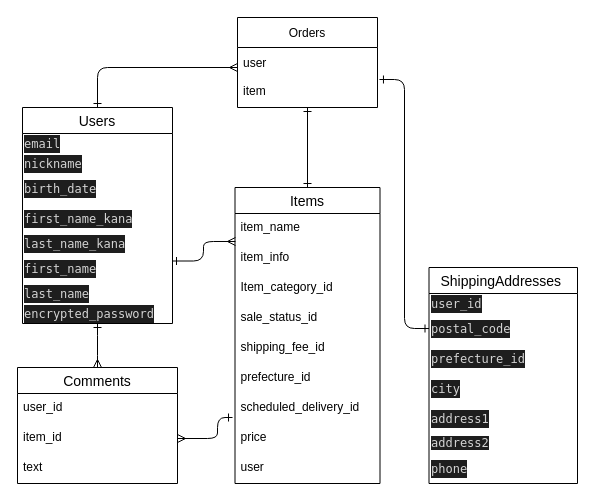
This is furima.dio from KAMEchan01/furima-37271, a draw.io file, before an edit. Source tidied: cells renumbered, new cells numbered last; positions are measured from the earlier drawing's top-left corner, leaving out a move shared by most shapes. Both pictures are drawn from the tidied source at 100%, with x=0, y=0 at pixel (17, 17).
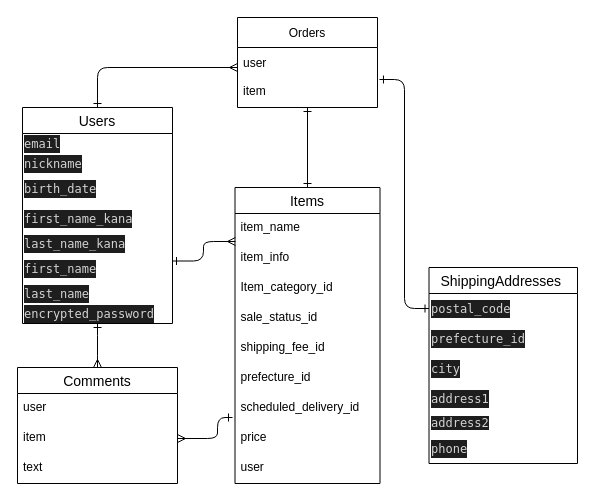
Above is the later version.

Commit message:
READMEとER図の相違を修正

Unchanged cells that the change refers to:
```xml
<mxCell id="31" value="Comments" style="swimlane;fontStyle=0;horizontal=1;startSize=26;align=center;fontSize=14;" parent="1" vertex="1">
  <mxGeometry y="350" width="160" height="116" as="geometry" />
</mxCell>
```

Diff of the diagram source:
```diff
@@
     <mxCell id="13" value="ShippingAddresses " style="swimlane;fontStyle=0;horizontal=1;startSize=26;align=center;fontSize=14;" parent="1" vertex="1">
-      <mxGeometry x="411.5" y="250" width="148.5" height="216" as="geometry" />
+      <mxGeometry x="411.5" y="250" width="148.5" height="196" as="geometry" />
     </mxCell>
-    <mxCell id="14" value="&lt;div style=&quot;color: rgb(212 , 212 , 212) ; background-color: rgb(30 , 30 , 30) ; font-family: &amp;quot;menlo&amp;quot; , &amp;quot;monaco&amp;quot; , &amp;quot;courier new&amp;quot; , monospace ; line-height: 18px&quot;&gt;user_id&lt;/div&gt;" style="text;html=1;align=left;verticalAlign=middle;strokeColor=none;fillColor=none;rotation=0;" parent="13" vertex="1">
-      <mxGeometry y="26" width="148.5" height="20" as="geometry" />
-    </mxCell>
     <mxCell id="15" value="&lt;div style=&quot;color: rgb(212 , 212 , 212) ; background-color: rgb(30 , 30 , 30) ; font-family: &amp;quot;menlo&amp;quot; , &amp;quot;monaco&amp;quot; , &amp;quot;courier new&amp;quot; , monospace ; line-height: 18px&quot;&gt;postal_code&lt;/div&gt;" style="text;html=1;strokeColor=none;fillColor=none;align=left;verticalAlign=middle;whiteSpace=wrap;rounded=0;" parent="13" vertex="1">
-      <mxGeometry y="46" width="148.5" height="30" as="geometry" />
+      <mxGeometry y="26" width="148.5" height="30" as="geometry" />
     </mxCell>
     <mxCell id="16" value="&lt;div style=&quot;color: rgb(212 , 212 , 212) ; background-color: rgb(30 , 30 , 30) ; font-family: &amp;#34;menlo&amp;#34; , &amp;#34;monaco&amp;#34; , &amp;#34;courier new&amp;#34; , monospace ; line-height: 18px&quot;&gt;prefecture_id&lt;/div&gt;" style="text;html=1;strokeColor=none;fillColor=none;align=left;verticalAlign=middle;whiteSpace=wrap;rounded=0;" parent="13" vertex="1">
-      <mxGeometry y="76" width="148.5" height="30" as="geometry" />
+      <mxGeometry y="56" width="148.5" height="30" as="geometry" />
     </mxCell>
     <mxCell id="17" value="&lt;div style=&quot;color: rgb(212 , 212 , 212) ; background-color: rgb(30 , 30 , 30) ; font-family: &amp;quot;menlo&amp;quot; , &amp;quot;monaco&amp;quot; , &amp;quot;courier new&amp;quot; , monospace ; line-height: 18px&quot;&gt;city&lt;/div&gt;" style="text;html=1;strokeColor=none;fillColor=none;align=left;verticalAlign=middle;whiteSpace=wrap;rounded=0;" parent="13" vertex="1">
-      <mxGeometry y="106" width="148.5" height="30" as="geometry" />
+      <mxGeometry y="86" width="148.5" height="30" as="geometry" />
     </mxCell>
     <mxCell id="18" value="&lt;div style=&quot;color: rgb(212 , 212 , 212) ; background-color: rgb(30 , 30 , 30) ; font-family: &amp;quot;menlo&amp;quot; , &amp;quot;monaco&amp;quot; , &amp;quot;courier new&amp;quot; , monospace ; line-height: 18px&quot;&gt;address1&lt;/div&gt;" style="text;html=1;strokeColor=none;fillColor=none;align=left;verticalAlign=middle;whiteSpace=wrap;rounded=0;" parent="13" vertex="1">
-      <mxGeometry y="136" width="148.5" height="30" as="geometry" />
+      <mxGeometry y="116" width="148.5" height="30" as="geometry" />
     </mxCell>
     <mxCell id="19" value="&lt;span style=&quot;background-color: rgb(30 , 30 , 30) ; color: rgb(212 , 212 , 212) ; font-family: &amp;quot;menlo&amp;quot; , &amp;quot;monaco&amp;quot; , &amp;quot;courier new&amp;quot; , monospace&quot;&gt;address2&lt;/span&gt;" style="text;html=1;align=left;verticalAlign=middle;strokeColor=none;fillColor=none;" parent="13" vertex="1">
-      <mxGeometry y="166" width="148.5" height="20" as="geometry" />
+      <mxGeometry y="146" width="148.5" height="20" as="geometry" />
     </mxCell>
     <mxCell id="20" value="&lt;div style=&quot;color: rgb(212 , 212 , 212) ; background-color: rgb(30 , 30 , 30) ; font-family: &amp;quot;menlo&amp;quot; , &amp;quot;monaco&amp;quot; , &amp;quot;courier new&amp;quot; , monospace ; line-height: 18px&quot;&gt;phone &lt;/div&gt;" style="text;html=1;strokeColor=none;fillColor=none;align=left;verticalAlign=middle;whiteSpace=wrap;rounded=0;" parent="13" vertex="1">
-      <mxGeometry y="186" width="148.5" height="30" as="geometry" />
+      <mxGeometry y="166" width="148.5" height="30" as="geometry" />
     </mxCell>
@@
-    <mxCell id="32" value="user_id" style="text;strokeColor=none;fillColor=none;spacingLeft=4;spacingRight=4;overflow=hidden;fontSize=12;" parent="31" vertex="1">
+    <mxCell id="32" value="user" style="text;strokeColor=none;fillColor=none;spacingLeft=4;spacingRight=4;overflow=hidden;fontSize=12;" parent="31" vertex="1">
       <mxGeometry y="26" width="160" height="30" as="geometry" />
     </mxCell>
-    <mxCell id="33" value="item_id" style="text;strokeColor=none;fillColor=none;spacingLeft=4;spacingRight=4;overflow=hidden;points=[[0,0.5],[1,0.5]];portConstraint=eastwest;fontSize=12;" parent="31" vertex="1">
+    <mxCell id="33" value="item" style="text;strokeColor=none;fillColor=none;spacingLeft=4;spacingRight=4;overflow=hidden;points=[[0,0.5],[1,0.5]];portConstraint=eastwest;fontSize=12;" parent="31" vertex="1">
       <mxGeometry y="56" width="160" height="30" as="geometry" />
     </mxCell>
```
